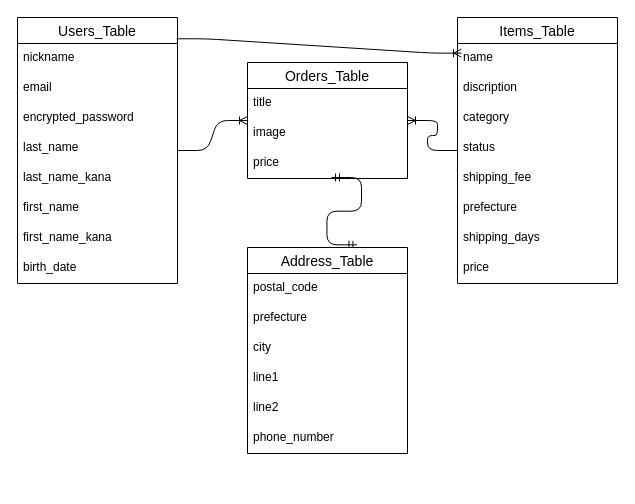
The draw.io diagram furima-41773.dio in Nanami-yk185/furima-41773, before the edit. Source tidied: cells renumbered, new cells numbered last; positions are measured from the earlier drawing's top-left corner, leaving out a move shared by most shapes. Both pictures are drawn from the tidied source at 100%, with x=0, y=0 at pixel (17, 17).
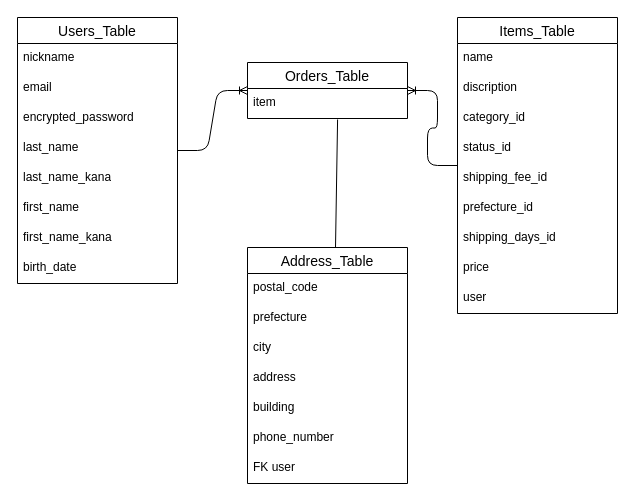
Above is the later version.

Unchanged cells that the change refers to:
```xml
<mxCell id="2" value="Users_Table" style="swimlane;fontStyle=0;horizontal=1;startSize=26;align=center;fontSize=14;" parent="1" vertex="1">
  <mxGeometry width="160" height="266" as="geometry" />
</mxCell>
```

What changed in the source:
```diff
@@
     <mxCell id="11" value="Items_Table" style="swimlane;fontStyle=0;horizontal=1;startSize=26;align=center;fontSize=14;" parent="1" vertex="1">
-      <mxGeometry x="440" width="160" height="266" as="geometry" />
+      <mxGeometry x="440" width="160" height="296" as="geometry" />
     </mxCell>
@@
-    <mxCell id="14" value="category" style="text;strokeColor=none;fillColor=none;spacingLeft=4;spacingRight=4;overflow=hidden;fontSize=12;whiteSpace=wrap;html=1;" parent="11" vertex="1">
+    <mxCell id="14" value="category_id" style="text;strokeColor=none;fillColor=none;spacingLeft=4;spacingRight=4;overflow=hidden;fontSize=12;whiteSpace=wrap;html=1;" parent="11" vertex="1">
       <mxGeometry y="86" width="160" height="30" as="geometry" />
     </mxCell>
-    <mxCell id="15" value="status" style="text;strokeColor=none;fillColor=none;spacingLeft=4;spacingRight=4;overflow=hidden;fontSize=12;whiteSpace=wrap;html=1;" parent="11" vertex="1">
+    <mxCell id="15" value="status_id" style="text;strokeColor=none;fillColor=none;spacingLeft=4;spacingRight=4;overflow=hidden;fontSize=12;whiteSpace=wrap;html=1;" parent="11" vertex="1">
       <mxGeometry y="116" width="160" height="30" as="geometry" />
     </mxCell>
-    <mxCell id="16" value="shipping_fee" style="text;strokeColor=none;fillColor=none;spacingLeft=4;spacingRight=4;overflow=hidden;fontSize=12;whiteSpace=wrap;html=1;" parent="11" vertex="1">
+    <mxCell id="16" value="shipping_fee_id" style="text;strokeColor=none;fillColor=none;spacingLeft=4;spacingRight=4;overflow=hidden;fontSize=12;whiteSpace=wrap;html=1;" parent="11" vertex="1">
       <mxGeometry y="146" width="160" height="30" as="geometry" />
     </mxCell>
-    <mxCell id="17" value="prefecture" style="text;strokeColor=none;fillColor=none;spacingLeft=4;spacingRight=4;overflow=hidden;fontSize=12;whiteSpace=wrap;html=1;" parent="11" vertex="1">
+    <mxCell id="17" value="prefecture_id" style="text;strokeColor=none;fillColor=none;spacingLeft=4;spacingRight=4;overflow=hidden;fontSize=12;whiteSpace=wrap;html=1;" parent="11" vertex="1">
       <mxGeometry y="176" width="160" height="30" as="geometry" />
     </mxCell>
-    <mxCell id="18" value="shipping_days" style="text;strokeColor=none;fillColor=none;spacingLeft=4;spacingRight=4;overflow=hidden;fontSize=12;whiteSpace=wrap;html=1;" parent="11" vertex="1">
+    <mxCell id="18" value="shipping_days_id" style="text;strokeColor=none;fillColor=none;spacingLeft=4;spacingRight=4;overflow=hidden;fontSize=12;whiteSpace=wrap;html=1;" parent="11" vertex="1">
       <mxGeometry y="206" width="160" height="30" as="geometry" />
     </mxCell>
@@
+    <mxCell id="35" value="user" style="text;strokeColor=none;fillColor=none;spacingLeft=4;spacingRight=4;overflow=hidden;fontSize=12;whiteSpace=wrap;html=1;" parent="11" vertex="1">
+      <mxGeometry y="266" width="160" height="30" as="geometry" />
+    </mxCell>
     <mxCell id="20" value="Orders_Table" style="swimlane;fontStyle=0;horizontal=1;startSize=26;align=center;fontSize=14;" parent="1" vertex="1">
-      <mxGeometry x="230" y="45" width="160" height="116" as="geometry" />
+      <mxGeometry x="230" y="45" width="160" height="56" as="geometry" />
     </mxCell>
-    <mxCell id="21" value="title" style="text;strokeColor=none;fillColor=none;spacingLeft=4;spacingRight=4;overflow=hidden;points=[[0,0.5],[1,0.5]];portConstraint=eastwest;fontSize=12;whiteSpace=wrap;html=1;" parent="20" vertex="1">
+    <mxCell id="21" value="item" style="text;strokeColor=none;fillColor=none;spacingLeft=4;spacingRight=4;overflow=hidden;points=[[0,0.5],[1,0.5]];portConstraint=eastwest;fontSize=12;whiteSpace=wrap;html=1;" parent="20" vertex="1">
       <mxGeometry y="26" width="160" height="30" as="geometry" />
     </mxCell>
-    <mxCell id="22" value="image" style="text;strokeColor=none;fillColor=none;spacingLeft=4;spacingRight=4;overflow=hidden;fontSize=12;whiteSpace=wrap;html=1;" parent="20" vertex="1">
-      <mxGeometry y="56" width="160" height="30" as="geometry" />
-    </mxCell>
-    <mxCell id="23" value="price" style="text;strokeColor=none;fillColor=none;spacingLeft=4;spacingRight=4;overflow=hidden;fontSize=12;whiteSpace=wrap;html=1;" parent="20" vertex="1">
-      <mxGeometry y="86" width="160" height="30" as="geometry" />
-    </mxCell>
-    <mxCell id="24" style="edgeStyle=entityRelationEdgeStyle;fontSize=12;html=1;endArrow=ERmandOne;startArrow=ERmandOne;entryX=0.684;entryY=-0.013;entryDx=0;entryDy=0;entryPerimeter=0;" parent="20" edge="1" target="28">
-      <mxGeometry relative="1" as="geometry">
-        <mxPoint x="84" y="115" as="sourcePoint" />
-        <Array as="points">
-          <mxPoint x="144" y="155" />
-          <mxPoint x="144" y="135" />
-        </Array>
-      </mxGeometry>
-    </mxCell>
@@
-    <mxCell id="26" style="edgeStyle=entityRelationEdgeStyle;fontSize=12;html=1;endArrow=ERoneToMany;entryX=0.025;entryY=0.134;entryDx=0;entryDy=0;entryPerimeter=0;exitX=0.994;exitY=0.08;exitDx=0;exitDy=0;exitPerimeter=0;" parent="1" edge="1" source="2" target="11">
-      <mxGeometry relative="1" as="geometry">
-        <Array as="points">
-          <mxPoint x="430" y="70" />
-          <mxPoint x="240" y="90" />
-        </Array>
-      </mxGeometry>
-    </mxCell>
     <mxCell id="27" style="edgeStyle=entityRelationEdgeStyle;fontSize=12;html=1;endArrow=ERoneToMany;" parent="1" edge="1" source="11" target="20">
-      <mxGeometry relative="1" as="geometry" />
+      <mxGeometry relative="1" as="geometry">
+        <Array as="points">
+          <mxPoint x="240" y="197" />
+        </Array>
+      </mxGeometry>
     </mxCell>
     <mxCell id="28" value="Address_Table" style="swimlane;fontStyle=0;horizontal=1;startSize=26;align=center;fontSize=14;" parent="1" vertex="1">
-      <mxGeometry x="230" y="230" width="160" height="206" as="geometry" />
+      <mxGeometry x="230" y="230" width="160" height="236" as="geometry" />
     </mxCell>
@@
-    <mxCell id="32" value="line1" style="text;strokeColor=none;fillColor=none;spacingLeft=4;spacingRight=4;overflow=hidden;fontSize=12;whiteSpace=wrap;html=1;" parent="28" vertex="1">
+    <mxCell id="32" value="address" style="text;strokeColor=none;fillColor=none;spacingLeft=4;spacingRight=4;overflow=hidden;fontSize=12;whiteSpace=wrap;html=1;" parent="28" vertex="1">
       <mxGeometry y="116" width="160" height="30" as="geometry" />
     </mxCell>
-    <mxCell id="33" value="line2" style="text;strokeColor=none;fillColor=none;spacingLeft=4;spacingRight=4;overflow=hidden;fontSize=12;whiteSpace=wrap;html=1;" parent="28" vertex="1">
+    <mxCell id="33" value="building" style="text;strokeColor=none;fillColor=none;spacingLeft=4;spacingRight=4;overflow=hidden;fontSize=12;whiteSpace=wrap;html=1;" parent="28" vertex="1">
       <mxGeometry y="146" width="160" height="30" as="geometry" />
     </mxCell>
@@
+    <mxCell id="36" value="FK user" style="text;strokeColor=none;fillColor=none;spacingLeft=4;spacingRight=4;overflow=hidden;fontSize=12;whiteSpace=wrap;html=1;" parent="28" vertex="1">
+      <mxGeometry y="206" width="160" height="30" as="geometry" />
+    </mxCell>
+    <mxCell id="37" style="endArrow=none;html=1;rounded=0;entryX=0.55;entryY=0;entryDx=0;entryDy=0;entryPerimeter=0;exitX=0.563;exitY=1.033;exitDx=0;exitDy=0;exitPerimeter=0;" parent="1" edge="1" source="21" target="28">
+      <mxGeometry relative="1" as="geometry" />
+    </mxCell>
```
